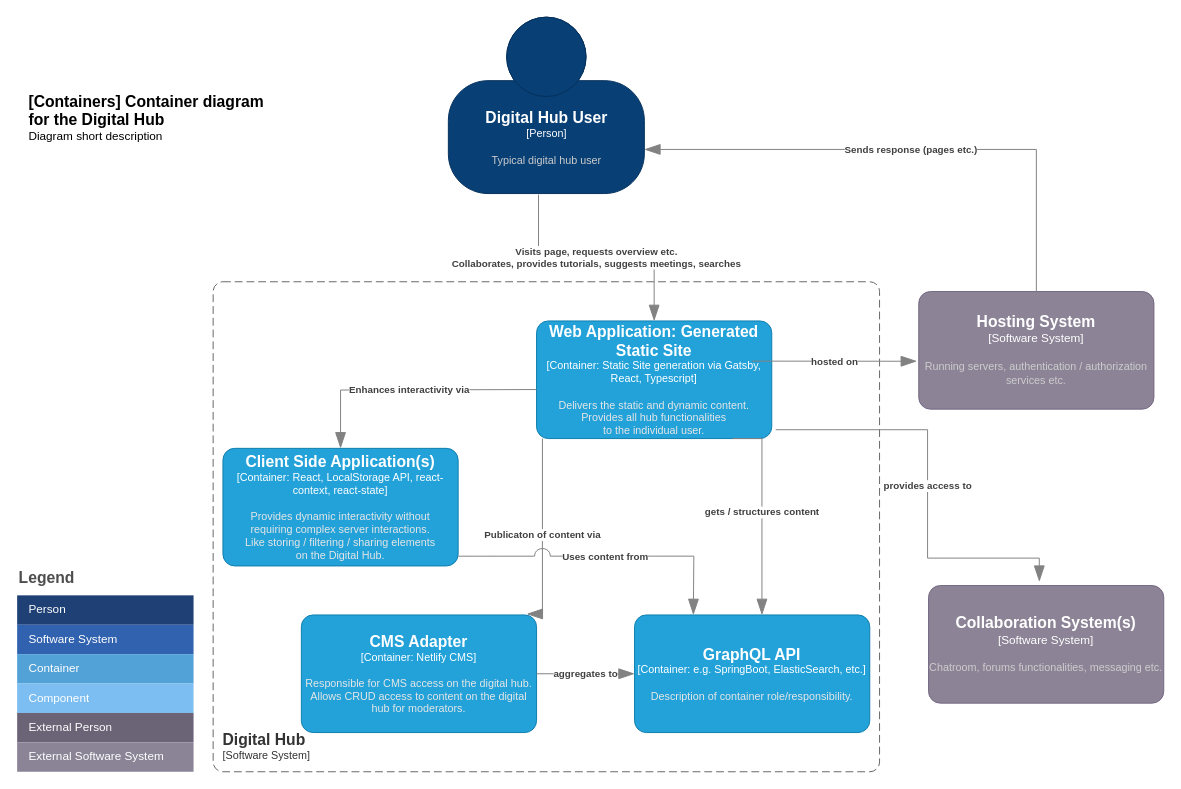
The draw.io diagram models/rein_c4_2container.drawio in ReInHerit/digital-hub, before the edit. Source tidied: cells renumbered, new cells numbered last; positions are measured from the earlier drawing's top-left corner, leaving out a move shared by most shapes. Both pictures are drawn from the tidied source at 98%, with x=0, y=0 at pixel (17, 17).
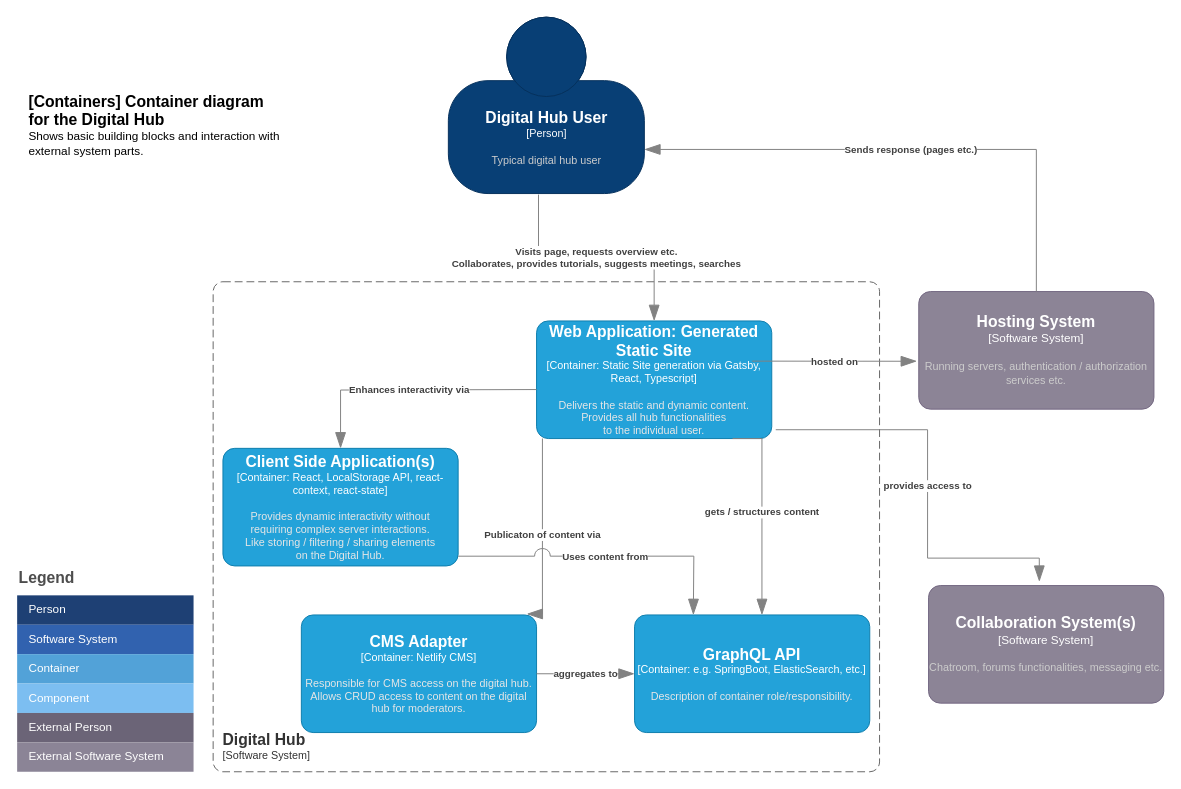
Above is the later version.

Commit message:
#158. added missing text

The edit, as a diff of the source:
```diff
@@
-    <object id="2" label="&lt;font style=&quot;font-size: 16px&quot;&gt;&lt;b&gt;&lt;div style=&quot;text-align: left&quot;&gt;%c4Name%&lt;/div&gt;&lt;/b&gt;&lt;/font&gt;&lt;div style=&quot;text-align: left&quot;&gt;%c4Description%&lt;/div&gt;" c4Description="Diagram short description" c4Name="[Containers] Container diagram for the Digital Hub" placeholders="1">
+    <object id="2" label="&lt;font style=&quot;font-size: 16px&quot;&gt;&lt;b&gt;&lt;div style=&quot;text-align: left&quot;&gt;%c4Name%&lt;/div&gt;&lt;/b&gt;&lt;/font&gt;&lt;div style=&quot;text-align: left&quot;&gt;%c4Description%&lt;/div&gt;" c4Description="Shows basic building blocks and interaction with external system parts." c4Name="[Containers] Container diagram for the Digital Hub" placeholders="1">
       <mxCell style="text;html=1;strokeColor=none;fillColor=none;align=left;verticalAlign=top;whiteSpace=wrap;rounded=0;" parent="1" vertex="1">
         <mxGeometry x="10" y="70" width="260" height="40" as="geometry" />
       </mxCell>
     </object>
```
